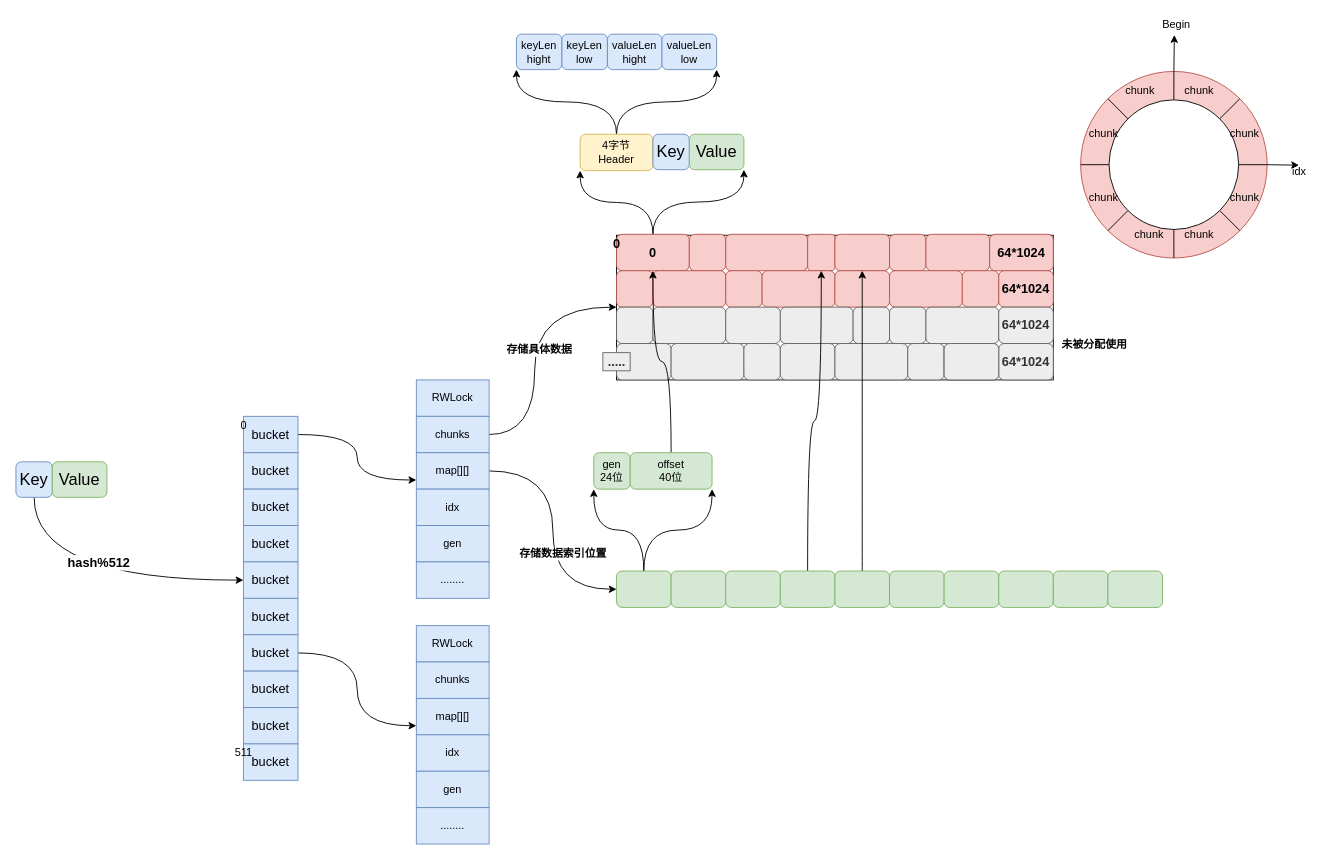
Earlier version of the draw.io diagram page "数据结构" (1 of 2) of _cache/fastCache.drawio (Zhouchaowen/Hawkeye). Source tidied: cells renumbered, new cells numbered last; positions are measured from the earlier drawing's top-left corner, leaving out a move shared by most shapes. Both pictures are drawn from the tidied source at 91%, with x=0, y=0 at pixel (15, 15).
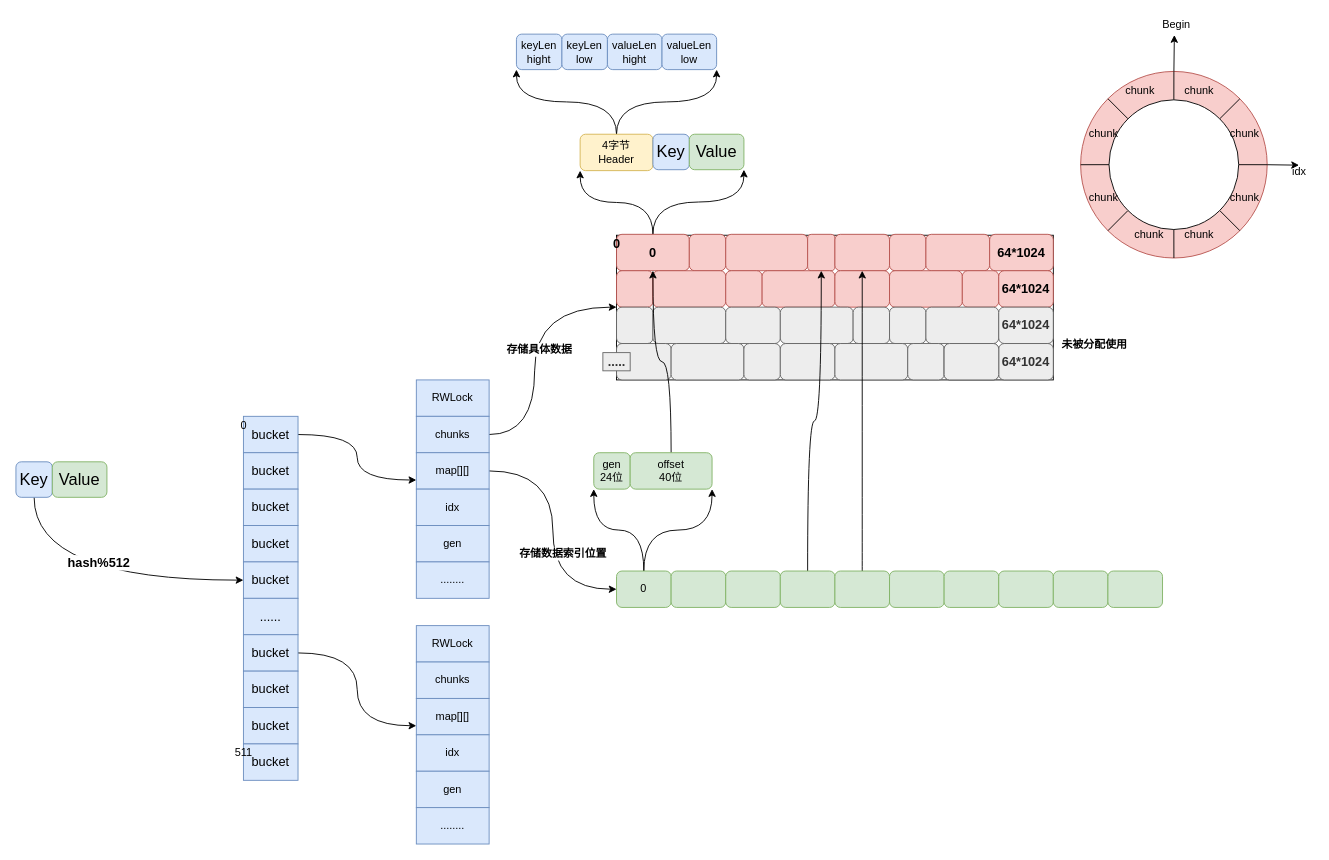
Above is the later version.

The edit, as a diff of the source:
```diff
@@
-    <mxCell id="14" value="&lt;span style=&quot;white-space: normal&quot;&gt;&lt;font style=&quot;font-size: 14px&quot;&gt;bucket&lt;/font&gt;&lt;/span&gt;" style="rounded=0;whiteSpace=wrap;html=1;fillColor=#dae8fc;strokeColor=#6c8ebf;" parent="1" vertex="1">
+    <mxCell id="14" value="&lt;span style=&quot;white-space: normal&quot;&gt;&lt;font style=&quot;font-size: 14px&quot;&gt;......&lt;/font&gt;&lt;/span&gt;" style="rounded=0;whiteSpace=wrap;html=1;fillColor=#dae8fc;strokeColor=#6c8ebf;" parent="1" vertex="1">
       <mxGeometry x="250" y="640" width="60" height="40" as="geometry" />
     </mxCell>
@@
-    <mxCell id="68" style="rounded=1;whiteSpace=wrap;html=1;fillColor=#d5e8d4;strokeColor=#82b366;" parent="1" vertex="1">
+    <mxCell id="68" value="0" style="rounded=1;whiteSpace=wrap;html=1;fillColor=#d5e8d4;strokeColor=#82b366;" parent="1" vertex="1">
       <mxGeometry x="660" y="610" width="60" height="40" as="geometry" />
     </mxCell>
```
